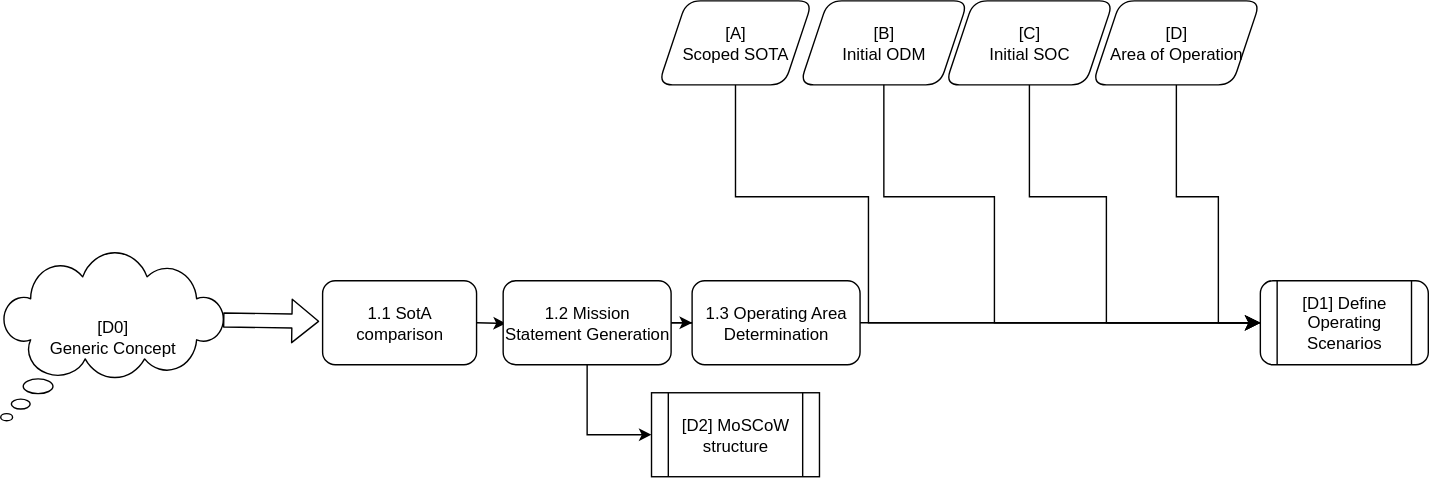
Earlier version of the draw.io export diagrams/Step-1.svg (TortoiseFather/sacred-site). Source tidied: cells renumbered, new cells last; positions are measured from the earlier drawing's top-left corner, leaving out a move shared by most shapes.
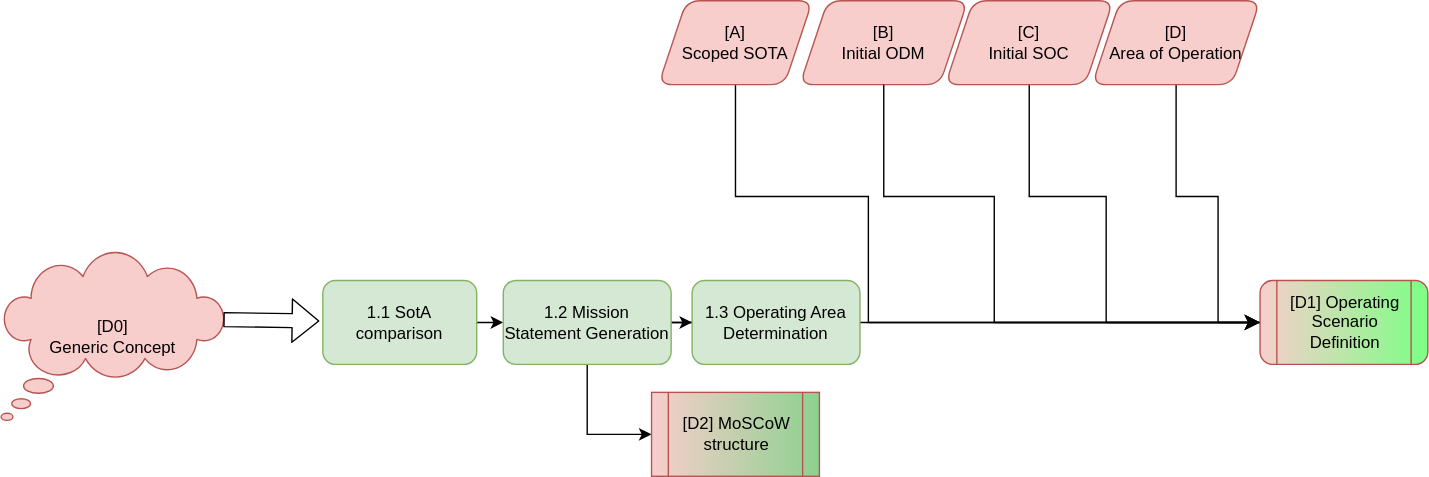
The same file after the commit.

Commit message:
updated step 1 background

Change to the diagram source:
```diff
@@ -2,7 +2,7 @@
   <root>
     <mxCell id="0" />
     <mxCell id="1" parent="0" />
-    <mxCell id="2" value="[D0]&lt;div&gt;Generic Concept&lt;/div&gt;" style="whiteSpace=wrap;html=1;shape=mxgraph.basic.cloud_callout;rounded=1;fontColor=#000000;fillColor=#FFFFFF;strokeColor=#000000;" parent="1" vertex="1">
+    <mxCell id="2" value="[D0]&lt;div&gt;Generic Concept&lt;/div&gt;" style="whiteSpace=wrap;html=1;shape=mxgraph.basic.cloud_callout;rounded=1;fillColor=#f8cecc;strokeColor=#b85450;" parent="1" vertex="1">
       <mxGeometry y="180" width="160" height="120" as="geometry" />
     </mxCell>
     <mxCell id="3" style="shape=flexArrow;endArrow=classic;html=1;rounded=1;exitX=0.993;exitY=0.4;exitDx=0;exitDy=0;exitPerimeter=0;entryX=-0.022;entryY=0.483;entryDx=0;entryDy=0;entryPerimeter=0;strokeColor=#000000;" parent="1" edge="1" source="2" target="11">
@@ -24,7 +24,7 @@
     <mxCell id="7" style="edgeStyle=orthogonalEdgeStyle;rounded=0;jettySize=auto;html=1;entryX=0;entryY=0.5;entryDx=0;entryDy=0;strokeColor=#000000;" parent="1" edge="1" source="8" target="21">
       <mxGeometry relative="1" as="geometry" />
     </mxCell>
-    <mxCell id="8" value="1.2 Mission Statement Generation" style="whiteSpace=wrap;html=1;rounded=1;strokeColor=#000000;fontColor=#000000;fillColor=#FFFFFF;" parent="1" vertex="1">
+    <mxCell id="8" value="1.2 Mission Statement Generation" style="whiteSpace=wrap;html=1;rounded=1;strokeColor=#82b366;fillColor=#d5e8d4;" parent="1" vertex="1">
       <mxGeometry x="359" y="200" width="120" height="60" as="geometry" />
     </mxCell>
     <mxCell id="9" style="edgeStyle=none;curved=0;rounded=0;jettySize=auto;html=1;entryX=0;entryY=0.5;entryDx=0;entryDy=0;fontSize=12;startSize=8;endSize=8;strokeColor=#000000;" parent="1" edge="1" source="10">
@@ -37,16 +37,16 @@
         </Array>
       </mxGeometry>
     </mxCell>
-    <mxCell id="10" value="&lt;div&gt;&lt;span style=&quot;color: rgb(0, 0, 0);&quot;&gt;[A]&lt;/span&gt;&lt;/div&gt;&lt;div&gt;&lt;span style=&quot;color: rgb(0, 0, 0);&quot;&gt;Scoped SOTA&lt;/span&gt;&lt;/div&gt;" style="shape=parallelogram;perimeter=parallelogramPerimeter;whiteSpace=wrap;html=1;fixedSize=1;rounded=1;strokeColor=#000000;fontColor=#000000;fillColor=#FFFFFF;" parent="1" vertex="1">
+    <mxCell id="10" value="&lt;div&gt;&lt;span style=&quot;color: rgb(0, 0, 0);&quot;&gt;[A]&lt;/span&gt;&lt;/div&gt;&lt;div&gt;&lt;span style=&quot;color: rgb(0, 0, 0);&quot;&gt;Scoped SOTA&lt;/span&gt;&lt;/div&gt;" style="shape=parallelogram;perimeter=parallelogramPerimeter;whiteSpace=wrap;html=1;fixedSize=1;rounded=1;strokeColor=#b85450;fillColor=#f8cecc;" parent="1" vertex="1">
       <mxGeometry x="470" width="110" height="60" as="geometry" />
     </mxCell>
-    <mxCell id="11" value="1.1 SotA comparison" style="rounded=1;whiteSpace=wrap;html=1;strokeColor=#000000;fontColor=#000000;fillColor=#FFFFFF;" parent="1" vertex="1">
+    <mxCell id="11" value="1.1 SotA comparison" style="rounded=1;whiteSpace=wrap;html=1;strokeColor=#82b366;fillColor=#d5e8d4;" parent="1" vertex="1">
       <mxGeometry x="230" y="200" width="110" height="60" as="geometry" />
     </mxCell>
     <mxCell id="12" style="edgeStyle=none;curved=1;rounded=1;jettySize=auto;html=1;entryX=0;entryY=0.5;entryDx=0;entryDy=0;fontSize=12;startSize=8;endSize=8;strokeColor=#000000;" parent="1" edge="1" source="13" target="16">
       <mxGeometry relative="1" as="geometry" />
     </mxCell>
-    <mxCell id="13" value="1.3 Operating Area Determination" style="rounded=1;whiteSpace=wrap;html=1;strokeColor=#000000;fontColor=#000000;fillColor=#FFFFFF;" parent="1" vertex="1">
+    <mxCell id="13" value="1.3 Operating Area Determination" style="rounded=1;whiteSpace=wrap;html=1;strokeColor=#82b366;fillColor=#d5e8d4;" parent="1" vertex="1">
       <mxGeometry x="494" y="200" width="120" height="60" as="geometry" />
     </mxCell>
     <mxCell id="14" style="edgeStyle=none;curved=0;rounded=0;jettySize=auto;html=1;entryX=0;entryY=0.5;entryDx=0;entryDy=0;fontSize=12;startSize=8;endSize=8;strokeColor=#000000;" parent="1" edge="1" source="15">
@@ -59,13 +59,13 @@
         </Array>
       </mxGeometry>
     </mxCell>
-    <mxCell id="15" value="[D]&lt;div&gt;&lt;span style=&quot;color: rgb(0, 0, 0);&quot;&gt;Area of Operation&lt;/span&gt;&lt;/div&gt;" style="shape=parallelogram;perimeter=parallelogramPerimeter;whiteSpace=wrap;html=1;fixedSize=1;rounded=1;strokeColor=#000000;fontColor=#000000;fillColor=#FFFFFF;" parent="1" vertex="1">
+    <mxCell id="15" value="&lt;div&gt;&lt;span style=&quot;color: rgb(0, 0, 0);&quot;&gt;&lt;font style=&quot;color: rgb(0, 0, 0);&quot;&gt;[D]&lt;/font&gt;&lt;/span&gt;&lt;/div&gt;&lt;div&gt;&lt;span style=&quot;color: rgb(0, 0, 0);&quot;&gt;&lt;font style=&quot;color: rgb(0, 0, 0);&quot;&gt;Area of Operation&lt;/font&gt;&lt;/span&gt;&lt;/div&gt;" style="shape=parallelogram;perimeter=parallelogramPerimeter;whiteSpace=wrap;html=1;fixedSize=1;rounded=1;strokeColor=#b85450;fillColor=#f8cecc;" parent="1" vertex="1">
       <mxGeometry x="780" width="120" height="60" as="geometry" />
     </mxCell>
-    <mxCell id="16" value="[D1] Define Operating Scenarios" style="shape=process;whiteSpace=wrap;html=1;backgroundOutline=1;rounded=1;strokeColor=#000000;fontColor=#000000;fillColor=#FFFFFF;" parent="1" vertex="1">
+    <mxCell id="16" value="[D1] Operating Scenario Definition" style="shape=process;whiteSpace=wrap;html=1;backgroundOutline=1;rounded=1;strokeColor=#b85450;fillColor=#f8cecc;gradientDirection=east;gradientColor=#7CFF85;" parent="1" vertex="1">
       <mxGeometry x="900" y="200" width="120" height="60" as="geometry" />
     </mxCell>
-    <mxCell id="17" value="&lt;div&gt;&lt;span style=&quot;color: rgb(0, 0, 0);&quot;&gt;[B]&lt;/span&gt;&lt;/div&gt;&lt;div&gt;&lt;span style=&quot;color: rgb(0, 0, 0);&quot;&gt;Initial ODM&lt;/span&gt;&lt;/div&gt;" style="shape=parallelogram;perimeter=parallelogramPerimeter;whiteSpace=wrap;html=1;fixedSize=1;rounded=1;strokeColor=#000000;fontColor=#000000;fillColor=#FFFFFF;" parent="1" vertex="1">
+    <mxCell id="17" value="&lt;div&gt;&lt;span style=&quot;color: rgb(0, 0, 0);&quot;&gt;[B]&lt;/span&gt;&lt;/div&gt;&lt;div&gt;&lt;span style=&quot;color: rgb(0, 0, 0);&quot;&gt;Initial ODM&lt;/span&gt;&lt;/div&gt;" style="shape=parallelogram;perimeter=parallelogramPerimeter;whiteSpace=wrap;html=1;fixedSize=1;rounded=1;strokeColor=#b85450;fillColor=#f8cecc;" parent="1" vertex="1">
       <mxGeometry x="571" width="120" height="60" as="geometry" />
     </mxCell>
     <mxCell id="18" style="edgeStyle=none;curved=0;rounded=0;jettySize=auto;html=1;exitX=0.5;exitY=1;exitDx=0;exitDy=0;entryX=0;entryY=0.5;entryDx=0;entryDy=0;fontSize=12;startSize=8;endSize=8;strokeColor=#000000;" parent="1" edge="1" source="19" target="16">
@@ -77,7 +77,7 @@
         </Array>
       </mxGeometry>
     </mxCell>
-    <mxCell id="19" value="&lt;span style=&quot;color: rgb(0, 0, 0);&quot;&gt;[C]&lt;/span&gt;&lt;div&gt;&lt;span style=&quot;color: rgb(0, 0, 0);&quot;&gt;Initial SOC&lt;/span&gt;&lt;/div&gt;" style="shape=parallelogram;perimeter=parallelogramPerimeter;whiteSpace=wrap;html=1;fixedSize=1;rounded=1;strokeColor=#000000;fontColor=#000000;fillColor=#FFFFFF;" parent="1" vertex="1">
+    <mxCell id="19" value="&lt;span style=&quot;color: rgb(0, 0, 0);&quot;&gt;[C]&lt;/span&gt;&lt;div&gt;&lt;span style=&quot;color: rgb(0, 0, 0);&quot;&gt;Initial SOC&lt;/span&gt;&lt;/div&gt;" style="shape=parallelogram;perimeter=parallelogramPerimeter;whiteSpace=wrap;html=1;fixedSize=1;rounded=1;strokeColor=#b85450;fillColor=#f8cecc;" parent="1" vertex="1">
       <mxGeometry x="675" width="120" height="60" as="geometry" />
     </mxCell>
     <mxCell id="20" style="endArrow=classic;html=1;rounded=0;fontSize=12;startSize=8;endSize=8;curved=0;exitX=0.5;exitY=1;exitDx=0;exitDy=0;entryX=0;entryY=0.5;entryDx=0;entryDy=0;strokeColor=#000000;" parent="1" edge="1" source="17" target="16">
@@ -89,7 +89,7 @@
         </Array>
       </mxGeometry>
     </mxCell>
-    <mxCell id="21" value="&lt;div&gt;&lt;span style=&quot;color: rgb(0, 0, 0);&quot;&gt;[D2] MoSCoW structure&lt;/span&gt;&lt;/div&gt;" style="shape=process;whiteSpace=wrap;html=1;backgroundOutline=1;fillColor=#FFFFFF;strokeColor=#000000;" parent="1" vertex="1">
+    <mxCell id="21" value="&lt;div&gt;&lt;span style=&quot;color: rgb(0, 0, 0);&quot;&gt;[D2] MoSCoW structure&lt;/span&gt;&lt;/div&gt;" style="shape=process;whiteSpace=wrap;html=1;backgroundOutline=1;fillColor=#f8cecc;strokeColor=#b85450;gradientColor=light-dark(#8DD18F,#EDEDED);gradientDirection=east;" parent="1" vertex="1">
       <mxGeometry x="465" y="280" width="120" height="60" as="geometry" />
     </mxCell>
   </root>
```
